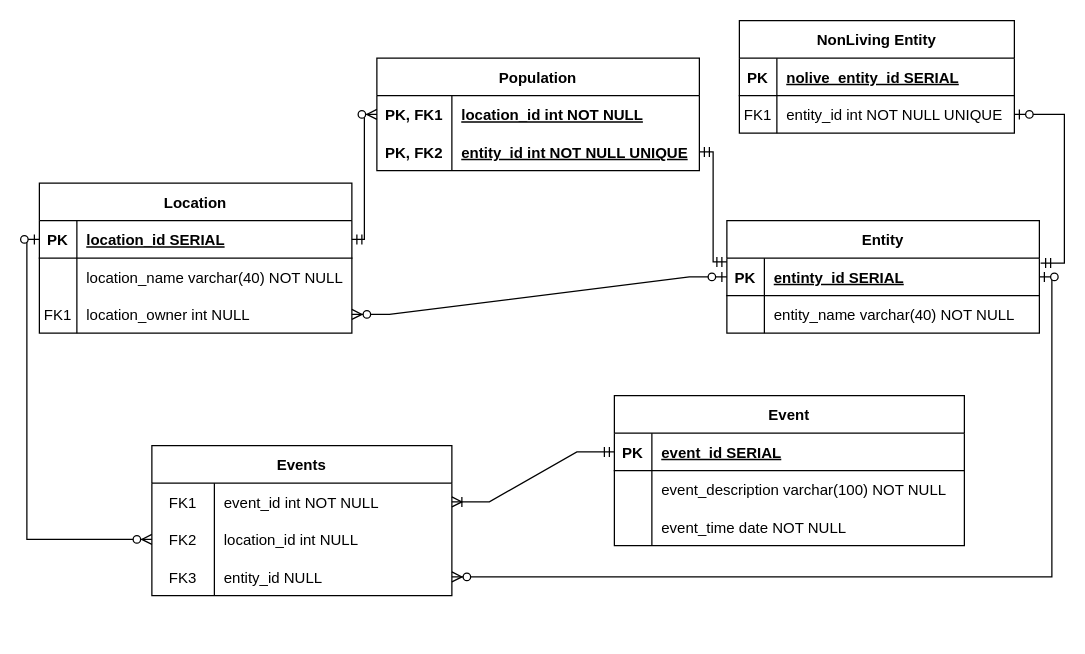
Zerumi/bd1_180223_367837 keeps this draw.io diagram as datalogical_model.drawio. Above is the earlier version. Source tidied: cells renumbered, new cells numbered last; positions are measured from the earlier drawing's top-left corner, leaving out a move shared by most shapes. Both pictures are drawn from the tidied source at 125%, with x=0, y=0 at pixel (39, 20).
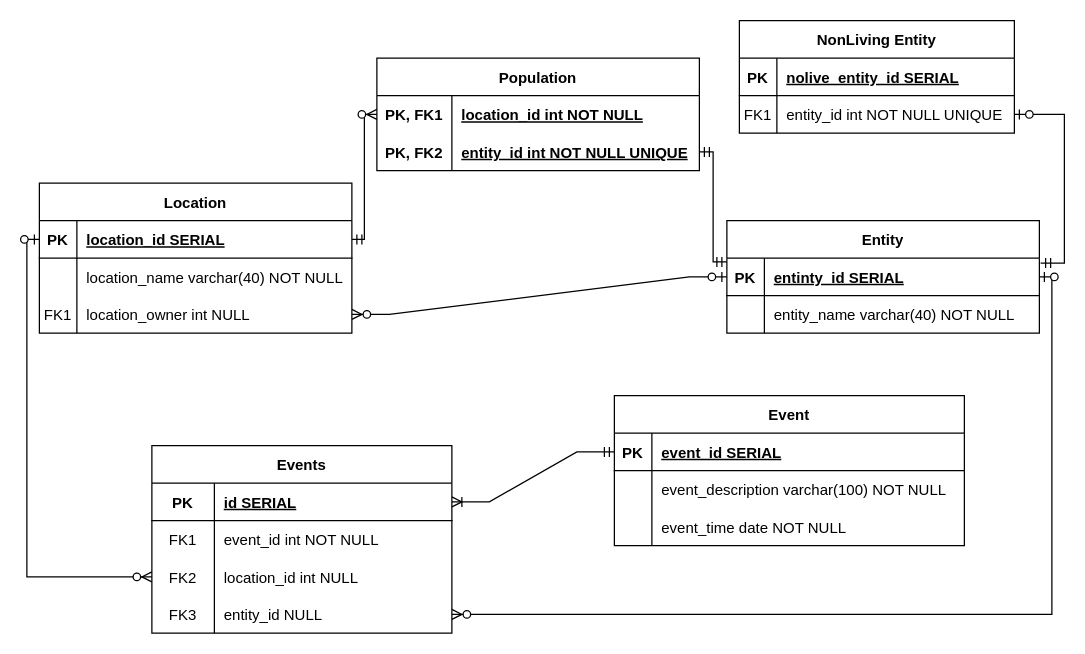
Above is the later version.

Commit message:
pks fixes, part 4

The change refers to these unchanged cells:
```xml
<mxCell id="27" style="shape=tableRow;horizontal=0;startSize=0;swimlaneHead=0;swimlaneBody=0;fillColor=none;points=[[0,0.5],[1,0.5]];portConstraint=eastwest;top=0;left=0;right=0;bottom=0;" parent="26" vertex="1">
  <mxGeometry y="30" width="240" height="30" as="geometry" />
</mxCell>
```

What changed in the source:
```diff
@@
     <mxCell id="26" value="Events" style="shape=table;startSize=30;childLayout=tableLayout;rowLines=0;fontStyle=1;align=center;" parent="1" vertex="1">
-      <mxGeometry x="90" y="340" width="240" height="120" as="geometry" />
+      <mxGeometry x="90" y="340" width="240" height="150" as="geometry" />
     </mxCell>
@@
-    <mxCell id="28" value="FK1" style="shape=partialRectangle;fillColor=none;top=0;left=0;bottom=0;right=0;overflow=hidden;fontStyle=0;" parent="27" vertex="1">
+    <mxCell id="28" value="PK" style="shape=partialRectangle;fillColor=none;top=0;left=0;bottom=1;right=0;overflow=hidden;fontStyle=1;labelBorderColor=none;" parent="27" vertex="1">
       <mxGeometry width="50" height="30" as="geometry" />
     </mxCell>
-    <mxCell id="29" value="event_id int NOT NULL" style="shape=partialRectangle;fillColor=none;top=0;left=0;bottom=0;right=0;align=left;spacingLeft=6;overflow=hidden;fontStyle=0;" parent="27" vertex="1">
+    <mxCell id="29" value="id SERIAL" style="shape=partialRectangle;fillColor=none;top=0;left=0;bottom=1;right=0;align=left;spacingLeft=6;overflow=hidden;fontStyle=5;" parent="27" vertex="1">
       <mxGeometry x="50" width="190" height="30" as="geometry" />
     </mxCell>
+    <mxCell id="60" style="shape=tableRow;horizontal=0;startSize=0;swimlaneHead=0;swimlaneBody=0;fillColor=none;top=0;left=0;right=0;bottom=0;" parent="26" vertex="1">
+      <mxGeometry y="60" width="240" height="30" as="geometry" />
+    </mxCell>
+    <mxCell id="61" value="FK1" style="shape=partialRectangle;fillColor=none;top=0;left=0;bottom=0;right=0;overflow=hidden;fontStyle=0;" parent="60" vertex="1">
+      <mxGeometry width="50" height="30" as="geometry" />
+    </mxCell>
+    <mxCell id="62" value="event_id int NOT NULL" style="shape=partialRectangle;fillColor=none;top=0;left=0;bottom=0;right=0;align=left;spacingLeft=6;overflow=hidden;fontStyle=0;" parent="60" vertex="1">
+      <mxGeometry x="50" width="190" height="30" as="geometry" />
+    </mxCell>
     <mxCell id="30" style="shape=tableRow;horizontal=0;startSize=0;swimlaneHead=0;swimlaneBody=0;fillColor=none;points=[[0,0.5],[1,0.5]];portConstraint=eastwest;top=0;left=0;right=0;bottom=0;" parent="26" vertex="1">
-      <mxGeometry y="60" width="240" height="30" as="geometry" />
+      <mxGeometry y="90" width="240" height="30" as="geometry" />
     </mxCell>
@@
     <mxCell id="33" style="shape=tableRow;horizontal=0;startSize=0;swimlaneHead=0;swimlaneBody=0;fillColor=none;points=[[0,0.5],[1,0.5]];portConstraint=eastwest;top=0;left=0;right=0;bottom=0;" parent="26" vertex="1">
-      <mxGeometry y="90" width="240" height="30" as="geometry" />
+      <mxGeometry y="120" width="240" height="30" as="geometry" />
     </mxCell>
```
